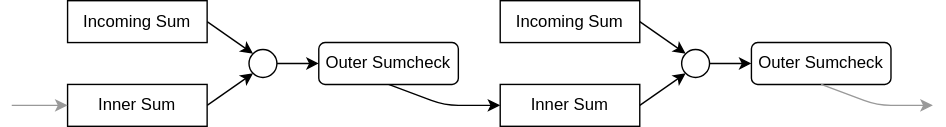
This is docs/figures/sumのマージ.drawio.svg from ClankPan/nova-book, a draw.io export, as it was before one commit. Source tidied: cells renumbered, new cells last; positions are measured from the earlier drawing's top-left corner, leaving out a move shared by most shapes.
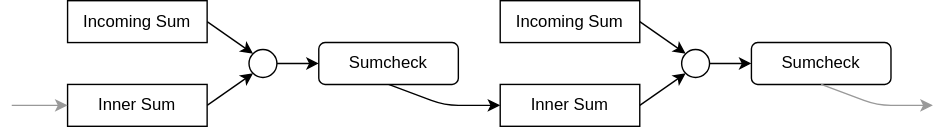
The same diagram one commit later.

Diff of the diagram source:
```diff
@@ -46,10 +46,10 @@
     <mxCell id="14" style="ellipse;whiteSpace=wrap;html=1;" parent="1" vertex="1">
       <mxGeometry x="480" y="35" width="20" height="20" as="geometry" />
     </mxCell>
-    <mxCell id="15" value="&lt;span style=&quot;color: rgb(0, 0, 0);&quot;&gt;Outer Sumcheck&lt;/span&gt;" style="rounded=1;whiteSpace=wrap;html=1;" parent="1" vertex="1">
+    <mxCell id="15" value="&lt;span style=&quot;color: rgb(0, 0, 0);&quot;&gt;Sumcheck&lt;/span&gt;" style="rounded=1;whiteSpace=wrap;html=1;" parent="1" vertex="1">
       <mxGeometry x="220" y="30" width="100" height="30" as="geometry" />
     </mxCell>
-    <mxCell id="16" value="&lt;span style=&quot;color: rgb(0, 0, 0);&quot;&gt;Outer Sumcheck&lt;/span&gt;" style="rounded=1;whiteSpace=wrap;html=1;" parent="1" vertex="1">
+    <mxCell id="16" value="&lt;span style=&quot;color: rgb(0, 0, 0);&quot;&gt;Sumcheck&lt;/span&gt;" style="rounded=1;whiteSpace=wrap;html=1;" parent="1" vertex="1">
       <mxGeometry x="530" y="30" width="100" height="30" as="geometry" />
     </mxCell>
     <mxCell id="17" style="edgeStyle=none;html=1;exitX=0.5;exitY=1;exitDx=0;exitDy=0;strokeColor=#999999;" parent="1" edge="1" source="16">
```
